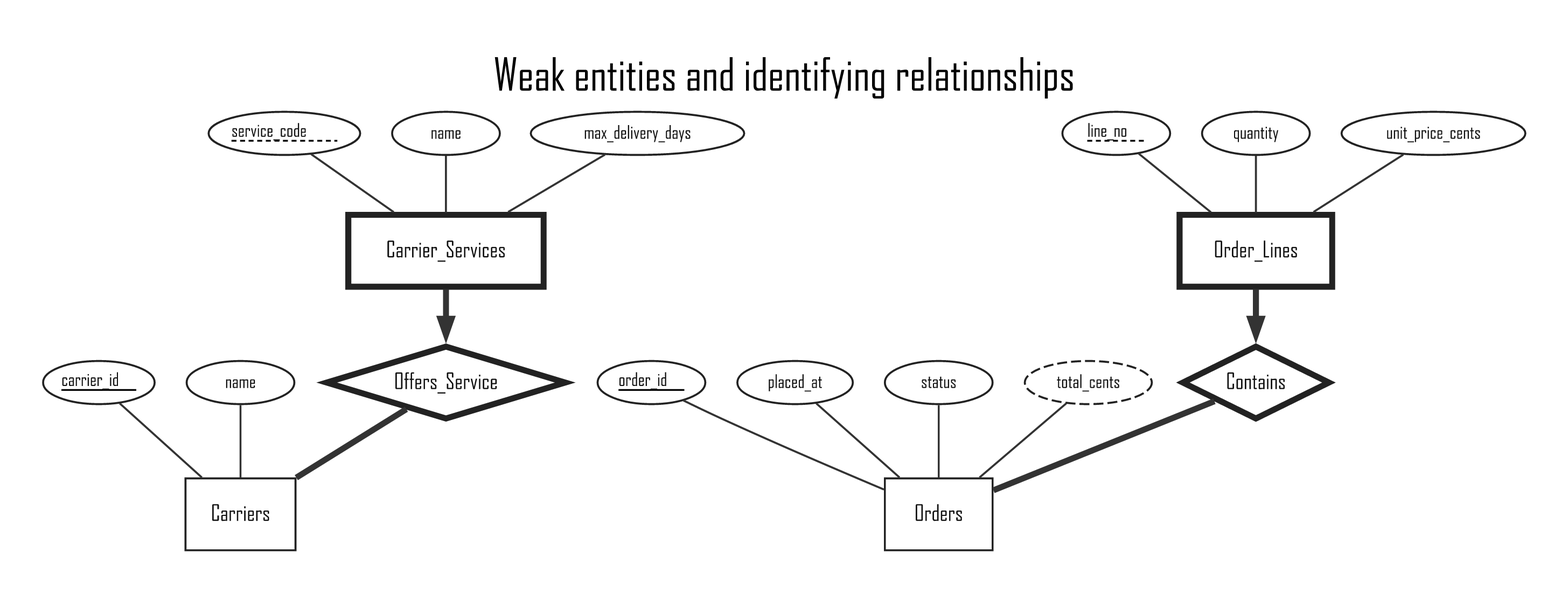
Earlier version of the Graphviz export docs/er/concept-weak.png (Barlassen/CS_202_Project). Its source is kept beside it as docs/er/concept-weak.dot. Source of this version:
```dot
digraph ER {
graph [compound=true, rankdir=TB, newrank=true, nodesep=0.22, ranksep=0.42, fontname="Helvetica", fontsize=22, labelloc=t, label="Weak entities and identifying relationships", pad=0.3];
node [fontname="Helvetica", fontsize=11, color="#222222", fontcolor="#111111"];
edge [color="#333333", arrowsize=0.8, fontname="Helvetica", fontsize=9];
E_carrier_services [shape=box, penwidth=3, label="Carrier_Services"];
P__carrier_services__service_code [shape=ellipse, fontsize=9, margin="0.04,0.02", height=0.3, label=<<U>service_code</U>>];
P__carrier_services__service_code -> E_carrier_services [dir=none];
A__carrier_services__name [shape=ellipse, fontsize=9, margin="0.04,0.02", height=0.3, label="name"];
A__carrier_services__name -> E_carrier_services [dir=none];
A__carrier_services__max_delivery_days [shape=ellipse, fontsize=9, margin="0.04,0.02", height=0.3, label="max_delivery_days"];
A__carrier_services__max_delivery_days -> E_carrier_services [dir=none];
E_carriers [shape=box, penwidth=1, label="Carriers"];
A__carriers__carrier_id [shape=ellipse, fontsize=9, margin="0.04,0.02", height=0.3, label=<<U>carrier_id</U>>];
A__carriers__carrier_id -> E_carriers [dir=none];
A__carriers__name [shape=ellipse, fontsize=9, margin="0.04,0.02", height=0.3, label="name"];
A__carriers__name -> E_carriers [dir=none];
E_order_lines [shape=box, penwidth=3, label="Order_Lines"];
P__order_lines__line_no [shape=ellipse, fontsize=9, margin="0.04,0.02", height=0.3, label=<<U>line_no</U>>];
P__order_lines__line_no -> E_order_lines [dir=none];
A__order_lines__quantity [shape=ellipse, fontsize=9, margin="0.04,0.02", height=0.3, label="quantity"];
A__order_lines__quantity -> E_order_lines [dir=none];
A__order_lines__unit_price_cents [shape=ellipse, fontsize=9, margin="0.04,0.02", height=0.3, label="unit_price_cents"];
A__order_lines__unit_price_cents -> E_order_lines [dir=none];
E_orders [shape=box, penwidth=1, label="Orders"];
A__orders__order_id [shape=ellipse, fontsize=9, margin="0.04,0.02", height=0.3, label=<<U>order_id</U>>];
A__orders__order_id -> E_orders [dir=none];
A__orders__placed_at [shape=ellipse, fontsize=9, margin="0.04,0.02", height=0.3, label="placed_at"];
A__orders__placed_at -> E_orders [dir=none];
A__orders__status [shape=ellipse, fontsize=9, margin="0.04,0.02", height=0.3, label="status"];
A__orders__status -> E_orders [dir=none];
A__orders__total_cents [shape=ellipse, fontsize=9, margin="0.04,0.02", height=0.3, style=dashed, label="total_cents"];
A__orders__total_cents -> E_orders [dir=none];
R59 [shape=diamond, penwidth=3, margin="0.02,0.02", label="Contains"];
E_order_lines -> R59 [dir=forward, arrowhead=normal, penwidth=3];
R59 -> E_orders [dir=none, penwidth=3];
R74 [shape=diamond, penwidth=3, margin="0.02,0.02", label="Offers_Service"];
E_carrier_services -> R74 [dir=forward, arrowhead=normal, penwidth=3];
R74 -> E_carriers [dir=none, penwidth=3];
}
```
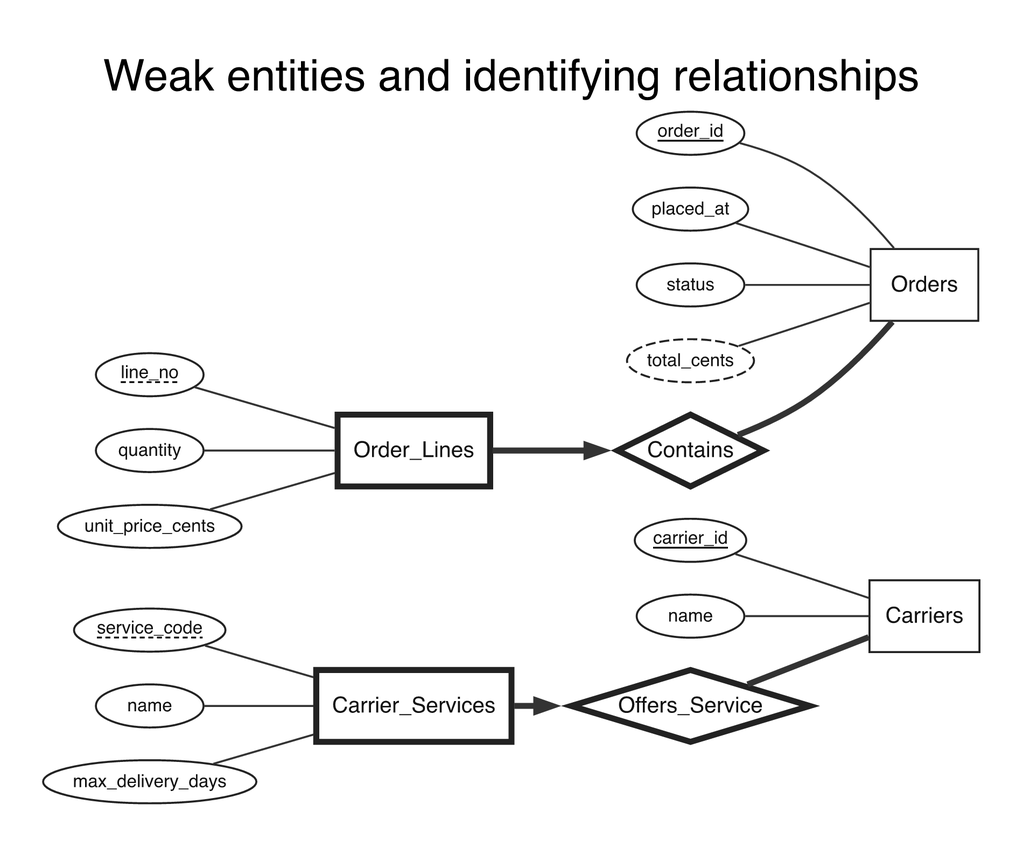
Above is the later version.

Diff of the diagram source:
```diff
@@ -30,10 +30,10 @@
 A__orders__status -> E_orders [dir=none];
 A__orders__total_cents [shape=ellipse, fontsize=9, margin="0.04,0.02", height=0.3, style=dashed, label="total_cents"];
 A__orders__total_cents -> E_orders [dir=none];
-R59 [shape=diamond, penwidth=3, margin="0.02,0.02", label="Contains"];
-E_order_lines -> R59 [dir=forward, arrowhead=normal, penwidth=3];
-R59 -> E_orders [dir=none, penwidth=3];
-R74 [shape=diamond, penwidth=3, margin="0.02,0.02", label="Offers_Service"];
-E_carrier_services -> R74 [dir=forward, arrowhead=normal, penwidth=3];
-R74 -> E_carriers [dir=none, penwidth=3];
+R60 [shape=diamond, penwidth=3, margin="0.02,0.02", label="Contains"];
+E_order_lines -> R60 [dir=forward, arrowhead=normal, penwidth=3];
+R60 -> E_orders [dir=none, penwidth=3];
+R75 [shape=diamond, penwidth=3, margin="0.02,0.02", label="Offers_Service"];
+E_carrier_services -> R75 [dir=forward, arrowhead=normal, penwidth=3];
+R75 -> E_carriers [dir=none, penwidth=3];
 }
```
